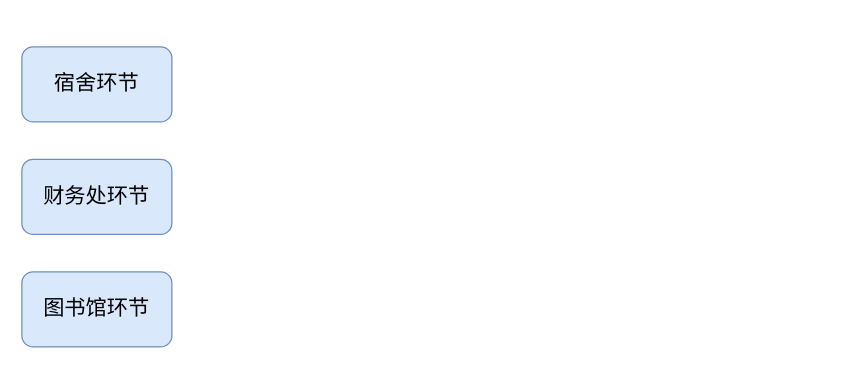
Above: 离校.drawio in redcomet88/DRAW (draw.io), before the change. Source tidied: cells renumbered, new cells numbered last; positions are measured from the earlier drawing's top-left corner, leaving out a move shared by most shapes. Both pictures are drawn from the tidied source at 125%, with x=0, y=0 at pixel (21, 46).
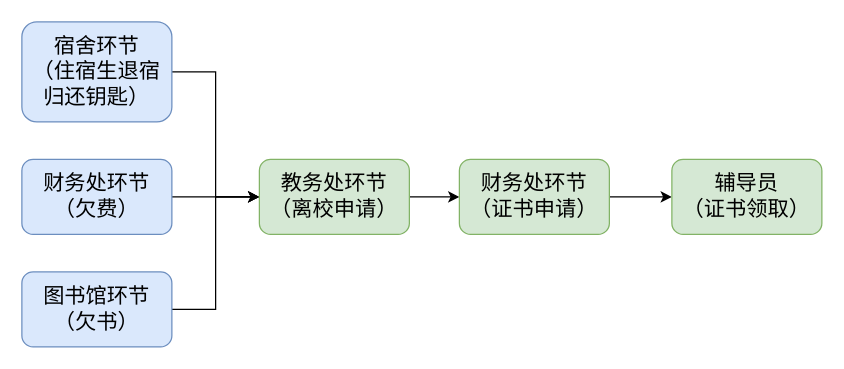
The same diagram, later.

What changed in the source:
```diff
@@
 <mxGraphModel>
   <root>
     <mxCell id="0" />
     <mxCell id="1" parent="0" />
+    <mxCell id="5" style="edgeStyle=orthogonalEdgeStyle;rounded=0;jettySize=auto;html=1;exitX=1;exitY=0.5;exitDx=0;exitDy=0;entryX=0;entryY=0.5;entryDx=0;entryDy=0;fontSize=17;" parent="1" edge="1" source="2" target="9">
+      <mxGeometry relative="1" as="geometry" />
+    </mxCell>
-    <mxCell id="2" value="宿舍环节" style="rounded=1;whiteSpace=wrap;html=1;fillColor=#dae8fc;strokeColor=#6c8ebf;fontSize=17;" parent="1" vertex="1">
-      <mxGeometry width="120" height="60" as="geometry" />
+    <mxCell id="2" value="宿舍环节&lt;br&gt;（住宿生退宿归还钥匙）" style="rounded=1;whiteSpace=wrap;html=1;fillColor=#dae8fc;strokeColor=#6c8ebf;fontSize=17;" parent="1" vertex="1">
+      <mxGeometry y="-20" width="120" height="80" as="geometry" />
     </mxCell>
+    <mxCell id="6" style="edgeStyle=orthogonalEdgeStyle;rounded=0;jettySize=auto;html=1;exitX=1;exitY=0.5;exitDx=0;exitDy=0;entryX=0;entryY=0.5;entryDx=0;entryDy=0;fontSize=17;" parent="1" edge="1" source="3" target="9">
+      <mxGeometry relative="1" as="geometry" />
+    </mxCell>
-    <mxCell id="3" value="财务处环节" style="rounded=1;whiteSpace=wrap;html=1;fillColor=#dae8fc;strokeColor=#6c8ebf;fontSize=17;" parent="1" vertex="1">
+    <mxCell id="3" value="财务处环节（欠费）" style="rounded=1;whiteSpace=wrap;html=1;fillColor=#dae8fc;strokeColor=#6c8ebf;fontSize=17;" parent="1" vertex="1">
       <mxGeometry y="90" width="120" height="60" as="geometry" />
     </mxCell>
+    <mxCell id="7" style="edgeStyle=orthogonalEdgeStyle;rounded=0;jettySize=auto;html=1;exitX=1;exitY=0.5;exitDx=0;exitDy=0;entryX=0;entryY=0.5;entryDx=0;entryDy=0;fontSize=17;" parent="1" edge="1" source="4" target="9">
+      <mxGeometry relative="1" as="geometry" />
+    </mxCell>
-    <mxCell id="4" value="图书馆环节" style="rounded=1;whiteSpace=wrap;html=1;fillColor=#dae8fc;strokeColor=#6c8ebf;fontSize=17;" parent="1" vertex="1">
+    <mxCell id="4" value="图书馆环节（欠书）" style="rounded=1;whiteSpace=wrap;html=1;fillColor=#dae8fc;strokeColor=#6c8ebf;fontSize=17;" parent="1" vertex="1">
       <mxGeometry y="180" width="120" height="60" as="geometry" />
     </mxCell>
+    <mxCell id="8" style="edgeStyle=orthogonalEdgeStyle;rounded=0;jettySize=auto;html=1;exitX=1;exitY=0.5;exitDx=0;exitDy=0;entryX=0;entryY=0.5;entryDx=0;entryDy=0;fontSize=17;" parent="1" edge="1" source="9" target="11">
+      <mxGeometry relative="1" as="geometry" />
+    </mxCell>
+    <mxCell id="9" value="教务处环节&lt;br&gt;（离校申请）" style="rounded=1;whiteSpace=wrap;html=1;fillColor=#d5e8d4;strokeColor=#82b366;fontSize=17;" parent="1" vertex="1">
+      <mxGeometry x="190" y="90" width="120" height="60" as="geometry" />
+    </mxCell>
+    <mxCell id="10" style="edgeStyle=orthogonalEdgeStyle;rounded=0;jettySize=auto;html=1;exitX=1;exitY=0.5;exitDx=0;exitDy=0;entryX=0;entryY=0.5;entryDx=0;entryDy=0;fontSize=17;" parent="1" edge="1" source="11" target="12">
+      <mxGeometry relative="1" as="geometry" />
+    </mxCell>
+    <mxCell id="11" value="财务处环节（证书申请）" style="rounded=1;whiteSpace=wrap;html=1;fillColor=#d5e8d4;strokeColor=#82b366;fontSize=17;" parent="1" vertex="1">
+      <mxGeometry x="350" y="90" width="120" height="60" as="geometry" />
+    </mxCell>
+    <mxCell id="12" value="辅导员&lt;br&gt;（证书领取）" style="rounded=1;whiteSpace=wrap;html=1;fillColor=#d5e8d4;strokeColor=#82b366;fontSize=17;" parent="1" vertex="1">
+      <mxGeometry x="520" y="90" width="120" height="60" as="geometry" />
+    </mxCell>
   </root>
 </mxGraphModel>
```
